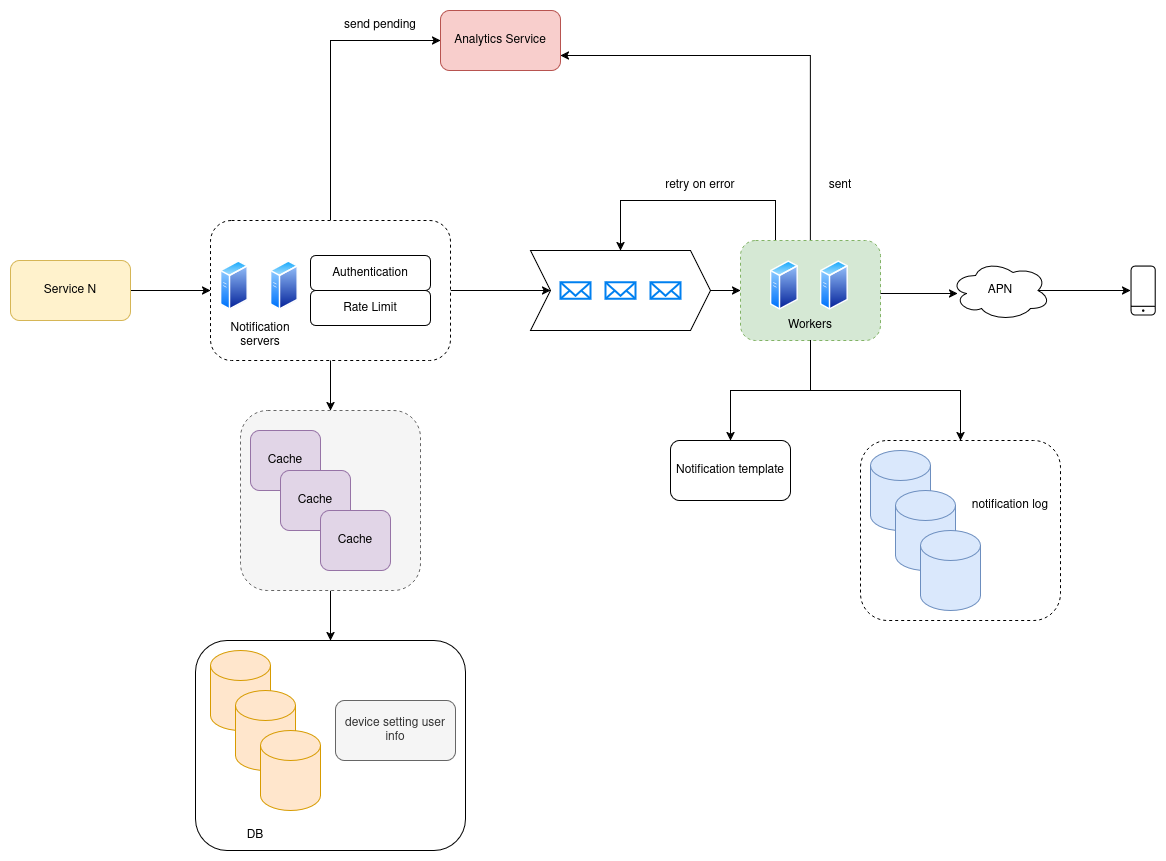
da0p/GithubPage keeps this draw.io diagram as docs/assets/notification_system.drawio.png. Above is the earlier version. Source tidied: cells renumbered, new cells last; positions are measured from the earlier drawing's top-left corner, leaving out a move shared by most shapes.
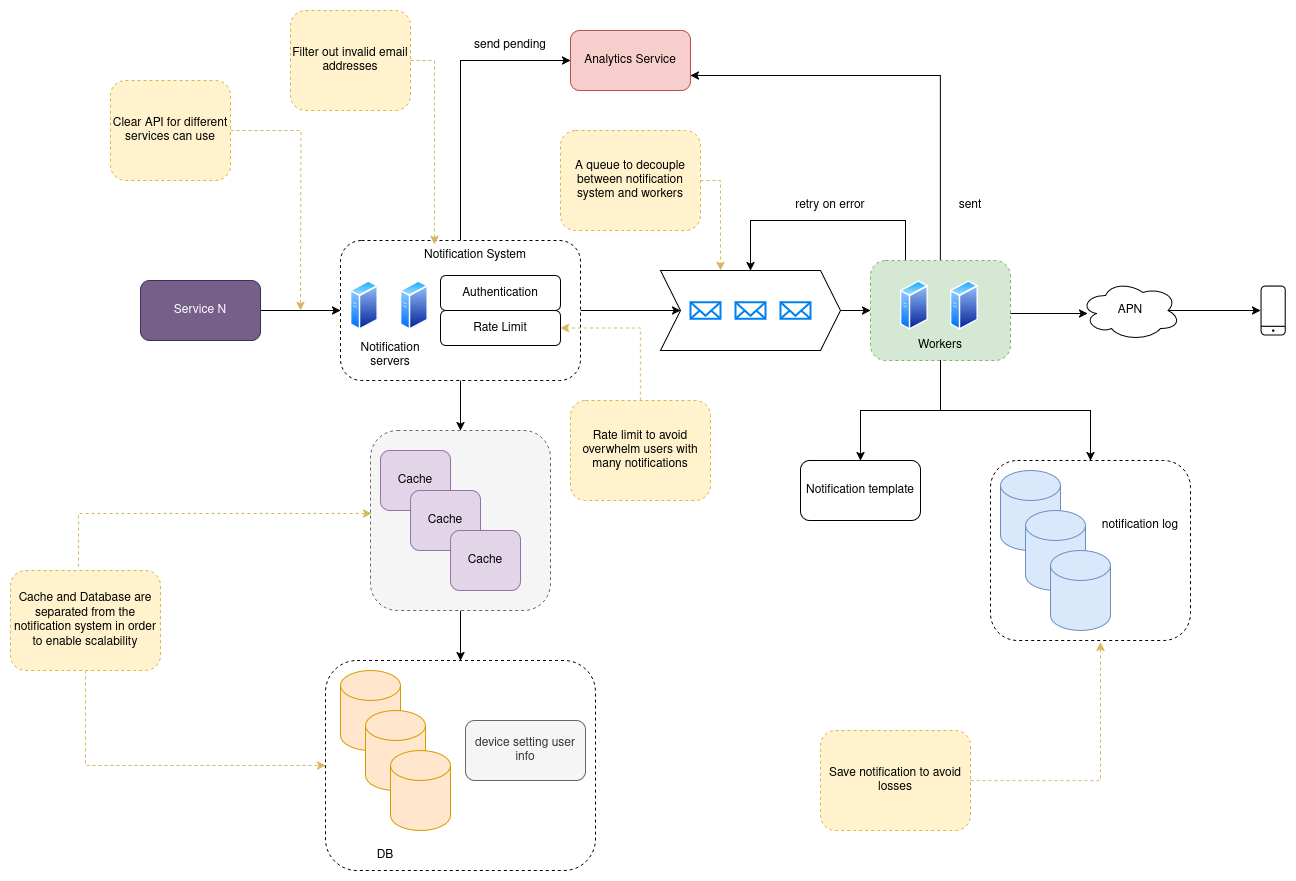
Later version of the same file.

What changed in the source:
```diff
@@ -34,7 +34,7 @@
     <mxCell id="10" style="edgeStyle=orthogonalEdgeStyle;rounded=0;jettySize=auto;html=1;exitX=1;exitY=0.5;exitDx=0;exitDy=0;entryX=0;entryY=0.5;entryDx=0;entryDy=0;" parent="1" edge="1" source="11" target="9">
       <mxGeometry relative="1" as="geometry" />
     </mxCell>
-    <mxCell id="11" value="Service N" style="rounded=1;whiteSpace=wrap;html=1;fillColor=#fff2cc;strokeColor=#d6b656;" parent="1" vertex="1">
+    <mxCell id="11" value="Service N" style="rounded=1;whiteSpace=wrap;html=1;fillColor=#76608a;strokeColor=#432D57;fontColor=#ffffff;" parent="1" vertex="1">
       <mxGeometry y="250" width="120" height="60" as="geometry" />
     </mxCell>
     <mxCell id="12" style="image;perimeter=ellipsePerimeter;html=1;align=center;shadow=0;dashed=0;spacingTop=3;image=img/lib/active_directory/generic_server.svg;" parent="1" vertex="1">
@@ -120,7 +120,7 @@
     <mxCell id="38" style="edgeStyle=orthogonalEdgeStyle;rounded=0;jettySize=auto;html=1;entryX=0.5;entryY=0;entryDx=0;entryDy=0;" parent="1" edge="1" source="9" target="3">
       <mxGeometry relative="1" as="geometry" />
     </mxCell>
-    <mxCell id="39" style="rounded=1;whiteSpace=wrap;html=1;" parent="1" vertex="1">
+    <mxCell id="39" style="rounded=1;whiteSpace=wrap;html=1;dashed=1;" parent="1" vertex="1">
       <mxGeometry x="185" y="630" width="270" height="210" as="geometry" />
     </mxCell>
     <mxCell id="40" style="shape=cylinder3;whiteSpace=wrap;html=1;boundedLbl=1;backgroundOutline=1;size=15;fillColor=#ffe6cc;strokeColor=#d79b00;" parent="1" vertex="1">
@@ -156,5 +156,53 @@
     <mxCell id="50" value="notification log" style="text;html=1;align=center;verticalAlign=middle;whiteSpace=wrap;rounded=0;" parent="1" vertex="1">
       <mxGeometry x="960" y="480" width="80" height="30" as="geometry" />
     </mxCell>
+    <mxCell id="51" style="edgeStyle=orthogonalEdgeStyle;rounded=0;jettySize=auto;html=1;exitX=0.5;exitY=1;exitDx=0;exitDy=0;entryX=0;entryY=0.5;entryDx=0;entryDy=0;fillColor=#fff2cc;strokeColor=#d6b656;dashed=1;" parent="1" edge="1" source="52" target="39">
+      <mxGeometry relative="1" as="geometry" />
+    </mxCell>
+    <mxCell id="52" value="Cache and Database are separated from the notification system in order to enable scalability" style="rounded=1;whiteSpace=wrap;html=1;fillColor=#fff2cc;strokeColor=#d6b656;dashed=1;" parent="1" vertex="1">
+      <mxGeometry x="-130" y="540" width="150" height="100" as="geometry" />
+    </mxCell>
+    <mxCell id="53" style="edgeStyle=orthogonalEdgeStyle;rounded=0;jettySize=auto;html=1;entryX=0.006;entryY=0.461;entryDx=0;entryDy=0;entryPerimeter=0;exitX=0.453;exitY=-0.04;exitDx=0;exitDy=0;exitPerimeter=0;dashed=1;fillColor=#fff2cc;strokeColor=#d6b656;" parent="1" edge="1" source="52" target="3">
+      <mxGeometry relative="1" as="geometry">
+        <Array as="points">
+          <mxPoint x="-62" y="483" />
+        </Array>
+      </mxGeometry>
+    </mxCell>
+    <mxCell id="54" value="Save notification to avoid losses" style="rounded=1;whiteSpace=wrap;html=1;fillColor=#fff2cc;strokeColor=#d6b656;dashed=1;" parent="1" vertex="1">
+      <mxGeometry x="680" y="700" width="150" height="100" as="geometry" />
+    </mxCell>
+    <mxCell id="55" style="edgeStyle=orthogonalEdgeStyle;rounded=0;jettySize=auto;html=1;entryX=0.55;entryY=1.011;entryDx=0;entryDy=0;entryPerimeter=0;dashed=1;fillColor=#fff2cc;strokeColor=#d6b656;" parent="1" edge="1" source="54" target="46">
+      <mxGeometry relative="1" as="geometry" />
+    </mxCell>
+    <mxCell id="56" style="edgeStyle=orthogonalEdgeStyle;rounded=0;jettySize=auto;html=1;entryX=1;entryY=0.5;entryDx=0;entryDy=0;fillColor=#fff2cc;strokeColor=#d6b656;dashed=1;exitX=0.5;exitY=0;exitDx=0;exitDy=0;" parent="1" edge="1" source="57" target="16">
+      <mxGeometry relative="1" as="geometry" />
+    </mxCell>
+    <mxCell id="57" value="Rate limit to avoid overwhelm users with many notifications" style="rounded=1;whiteSpace=wrap;html=1;fillColor=#fff2cc;strokeColor=#d6b656;dashed=1;" parent="1" vertex="1">
+      <mxGeometry x="430" y="370" width="140" height="100" as="geometry" />
+    </mxCell>
+    <mxCell id="58" value="A queue to decouple between notification system and workers" style="rounded=1;whiteSpace=wrap;html=1;fillColor=#fff2cc;strokeColor=#d6b656;dashed=1;" parent="1" vertex="1">
+      <mxGeometry x="420" y="100" width="140" height="100" as="geometry" />
+    </mxCell>
+    <mxCell id="59" value="Notification System" style="text;html=1;align=center;verticalAlign=middle;whiteSpace=wrap;rounded=0;" parent="1" vertex="1">
+      <mxGeometry x="280" y="210" width="110" height="30" as="geometry" />
+    </mxCell>
+    <mxCell id="60" style="edgeStyle=orthogonalEdgeStyle;rounded=0;jettySize=auto;html=1;exitX=1;exitY=0.5;exitDx=0;exitDy=0;entryX=0.333;entryY=0;entryDx=0;entryDy=0;entryPerimeter=0;dashed=1;fillColor=#fff2cc;strokeColor=#d6b656;" parent="1" edge="1" source="58" target="18">
+      <mxGeometry relative="1" as="geometry" />
+    </mxCell>
+    <mxCell id="61" style="edgeStyle=orthogonalEdgeStyle;rounded=0;jettySize=auto;html=1;fillColor=#fff2cc;strokeColor=#d6b656;dashed=1;" parent="1" edge="1" source="62">
+      <mxGeometry relative="1" as="geometry">
+        <mxPoint x="160" y="280" as="targetPoint" />
+      </mxGeometry>
+    </mxCell>
+    <mxCell id="62" value="Clear API for different services can use" style="rounded=1;whiteSpace=wrap;html=1;fillColor=#fff2cc;strokeColor=#d6b656;dashed=1;" parent="1" vertex="1">
+      <mxGeometry x="-30" y="50" width="120" height="100" as="geometry" />
+    </mxCell>
+    <mxCell id="63" value="Filter out invalid email addresses" style="rounded=1;whiteSpace=wrap;html=1;fillColor=#fff2cc;strokeColor=#d6b656;dashed=1;" parent="1" vertex="1">
+      <mxGeometry x="150" y="-20" width="120" height="100" as="geometry" />
+    </mxCell>
+    <mxCell id="64" style="edgeStyle=orthogonalEdgeStyle;rounded=0;jettySize=auto;html=1;entryX=0.127;entryY=0.133;entryDx=0;entryDy=0;entryPerimeter=0;fillColor=#fff2cc;strokeColor=#d6b656;dashed=1;" parent="1" edge="1" source="63" target="59">
+      <mxGeometry relative="1" as="geometry" />
+    </mxCell>
   </root>
 </mxGraphModel>
```
